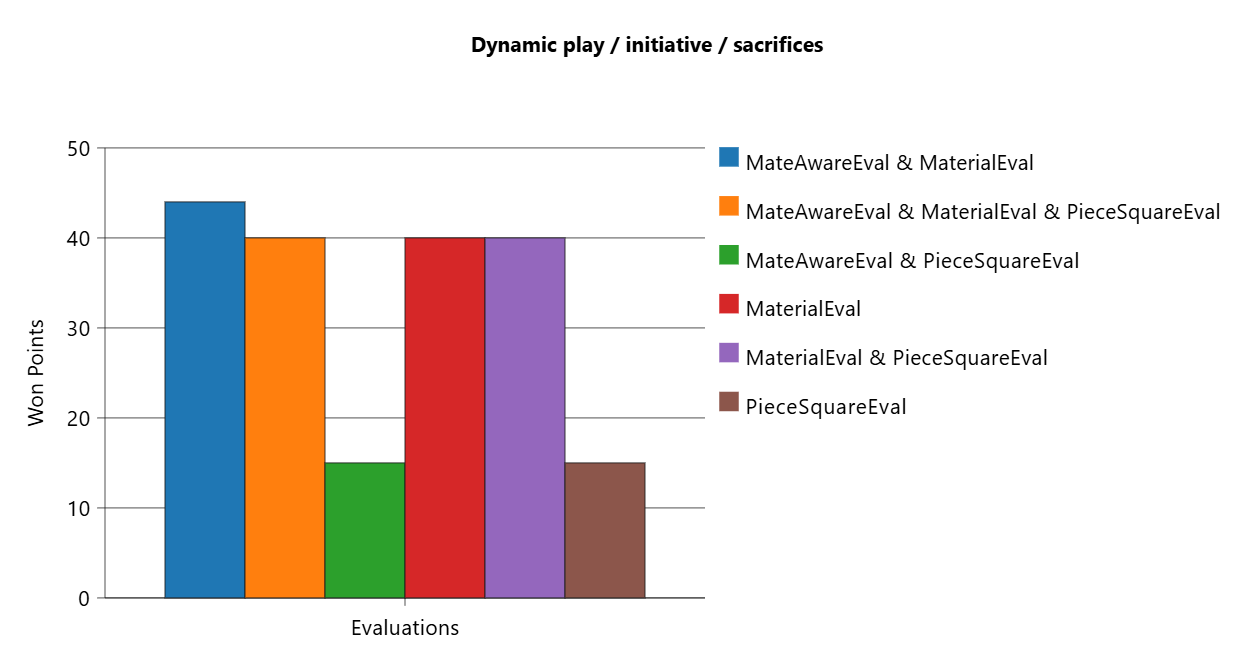
l2c0r3/blobfish keeps this PlantUML diagram as docs/evaluation/report/movequality/DynamicPlayInitiativeSacrifices.png. Above is the earlier version. Its source is kept beside it as docs/evaluation/report/movequality/DynamicPlayInitiativeSacrifices.puml.
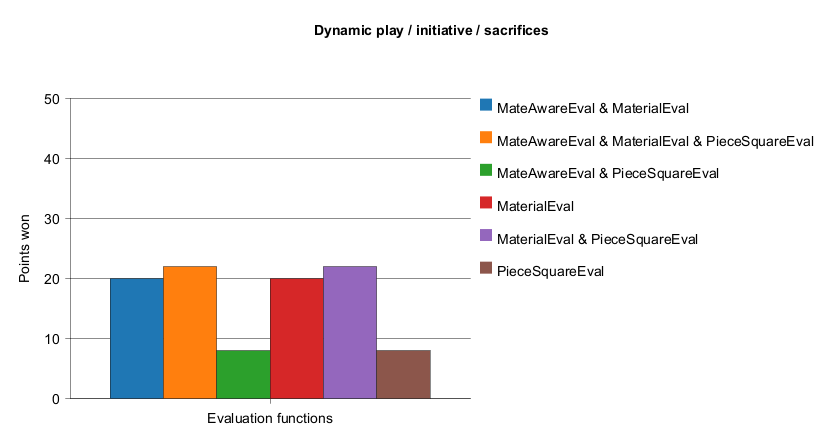
The same file after the commit.

What changed in the source:
```diff
@@ -4,15 +4,15 @@
 Dynamic play / initiative / sacrifices
 end title
 
-h-axis [ Evaluations ]
-v-axis "Won Points" 0 --> 50.0 spacing 10.0 grid
+h-axis [ Evaluation functions ]
+v-axis "Points won" 0 --> 50.0 spacing 10.0 grid
 
-bar "MateAwareEval & MaterialEval"[ 44.0 ] #1F77B4
-bar "MateAwareEval & MaterialEval & PieceSquareEval"[ 40.0 ] #FF7F0E
-bar "MateAwareEval & PieceSquareEval"[ 15.0 ] #2CA02C
-bar "MaterialEval"[ 40.0 ] #D62728
-bar "MaterialEval & PieceSquareEval"[ 40.0 ] #9467BD
-bar "PieceSquareEval"[ 15.0 ] #8C564B
+bar "MateAwareEval & MaterialEval"[ 20.0 ] #1F77B4
+bar "MateAwareEval & MaterialEval & PieceSquareEval"[ 22.0 ] #FF7F0E
+bar "MateAwareEval & PieceSquareEval"[ 8.0 ] #2CA02C
+bar "MaterialEval"[ 20.0 ] #D62728
+bar "MaterialEval & PieceSquareEval"[ 22.0 ] #9467BD
+bar "PieceSquareEval"[ 8.0 ] #8C564B
 
 legend right
 @endchart
```
